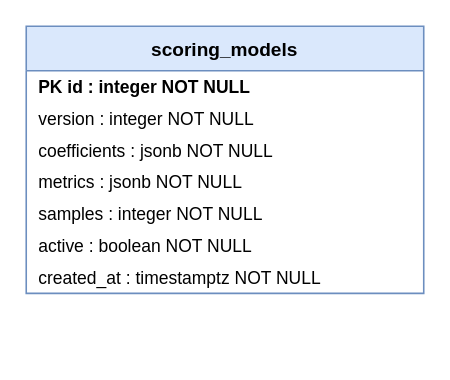
Before: page "Скоринг" (13 of 14) of docs/diagrams/er.drawio in vladmeshkov/js-course-work, a draw.io diagram. Source tidied: cells renumbered, new cells numbered last; positions are measured from the earlier drawing's top-left corner, leaving out a move shared by most shapes. Both pictures are drawn from the tidied source at 159%, with x=0, y=0 at pixel (25, 25).
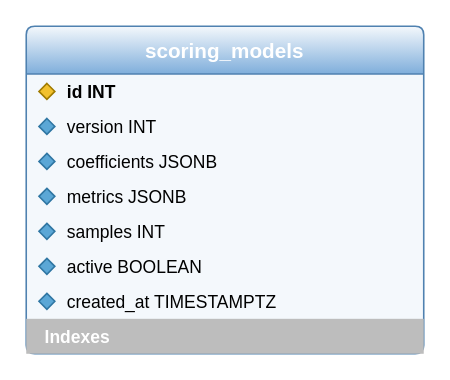
The same page after the edit.

The edit, as a diff of the source:
```diff
@@
 <mxGraphModel>
   <root>
     <mxCell id="0" />
     <mxCell id="1" parent="0" />
-    <mxCell id="2" value="scoring_models" style="swimlane;fontStyle=1;horizontal=1;startSize=28;fillColor=#dae8fc;strokeColor=#6c8ebf;fontColor=#000000;" parent="1" vertex="1">
-      <mxGeometry width="250" height="168" as="geometry" />
+    <mxCell id="2" value="scoring_models" style="swimlane;fontStyle=1;fontSize=13;horizontal=1;startSize=30;rounded=1;arcSize=6;fillColor=#F4F8FC;swimlaneFillColor=#F4F8FC;gradientColor=#7FAEDB;strokeColor=#4F81B0;fontColor=#FFFFFF;align=center;" parent="1" vertex="1">
+      <mxGeometry width="250" height="206" as="geometry" />
     </mxCell>
-    <mxCell id="3" value="PK id : integer NOT NULL" style="text;strokeColor=none;fillColor=none;align=left;verticalAlign=middle;spacingLeft=6;overflow=hidden;whiteSpace=nowrap;fontSize=11;fontStyle=1;" parent="2" vertex="1">
-      <mxGeometry y="28" width="250" height="20" as="geometry" />
+    <mxCell id="3" style="rhombus;fillColor=#F2C12E;strokeColor=#A07B00;" parent="2" vertex="1">
+      <mxGeometry x="8" y="36" width="10" height="10" as="geometry" />
     </mxCell>
-    <mxCell id="4" value="   version : integer NOT NULL" style="text;strokeColor=none;fillColor=none;align=left;verticalAlign=middle;spacingLeft=6;overflow=hidden;whiteSpace=nowrap;fontSize=11;" parent="2" vertex="1">
-      <mxGeometry y="48" width="250" height="20" as="geometry" />
+    <mxCell id="4" value="id INT" style="text;strokeColor=none;fillColor=none;align=left;verticalAlign=middle;spacingLeft=24;overflow=hidden;whiteSpace=nowrap;fontSize=11;fontStyle=1;" parent="2" vertex="1">
+      <mxGeometry y="30" width="250" height="22" as="geometry" />
     </mxCell>
-    <mxCell id="5" value="   coefficients : jsonb NOT NULL" style="text;strokeColor=none;fillColor=none;align=left;verticalAlign=middle;spacingLeft=6;overflow=hidden;whiteSpace=nowrap;fontSize=11;" parent="2" vertex="1">
-      <mxGeometry y="68" width="250" height="20" as="geometry" />
+    <mxCell id="5" style="rhombus;fillColor=#5BA7D6;strokeColor=#2F76A3;" parent="2" vertex="1">
+      <mxGeometry x="8" y="58" width="10" height="10" as="geometry" />
     </mxCell>
-    <mxCell id="6" value="   metrics : jsonb NOT NULL" style="text;strokeColor=none;fillColor=none;align=left;verticalAlign=middle;spacingLeft=6;overflow=hidden;whiteSpace=nowrap;fontSize=11;" parent="2" vertex="1">
-      <mxGeometry y="88" width="250" height="20" as="geometry" />
+    <mxCell id="6" value="version INT" style="text;strokeColor=none;fillColor=none;align=left;verticalAlign=middle;spacingLeft=24;overflow=hidden;whiteSpace=nowrap;fontSize=11;" parent="2" vertex="1">
+      <mxGeometry y="52" width="250" height="22" as="geometry" />
     </mxCell>
-    <mxCell id="7" value="   samples : integer NOT NULL" style="text;strokeColor=none;fillColor=none;align=left;verticalAlign=middle;spacingLeft=6;overflow=hidden;whiteSpace=nowrap;fontSize=11;" parent="2" vertex="1">
-      <mxGeometry y="108" width="250" height="20" as="geometry" />
+    <mxCell id="7" style="rhombus;fillColor=#5BA7D6;strokeColor=#2F76A3;" parent="2" vertex="1">
+      <mxGeometry x="8" y="80" width="10" height="10" as="geometry" />
     </mxCell>
-    <mxCell id="8" value="   active : boolean NOT NULL" style="text;strokeColor=none;fillColor=none;align=left;verticalAlign=middle;spacingLeft=6;overflow=hidden;whiteSpace=nowrap;fontSize=11;" parent="2" vertex="1">
-      <mxGeometry y="128" width="250" height="20" as="geometry" />
+    <mxCell id="8" value="coefficients JSONB" style="text;strokeColor=none;fillColor=none;align=left;verticalAlign=middle;spacingLeft=24;overflow=hidden;whiteSpace=nowrap;fontSize=11;" parent="2" vertex="1">
+      <mxGeometry y="74" width="250" height="22" as="geometry" />
     </mxCell>
-    <mxCell id="9" value="   created_at : timestamptz NOT NULL" style="text;strokeColor=none;fillColor=none;align=left;verticalAlign=middle;spacingLeft=6;overflow=hidden;whiteSpace=nowrap;fontSize=11;" parent="2" vertex="1">
-      <mxGeometry y="148" width="250" height="20" as="geometry" />
+    <mxCell id="9" style="rhombus;fillColor=#5BA7D6;strokeColor=#2F76A3;" parent="2" vertex="1">
+      <mxGeometry x="8" y="102" width="10" height="10" as="geometry" />
     </mxCell>
+    <mxCell id="10" value="metrics JSONB" style="text;strokeColor=none;fillColor=none;align=left;verticalAlign=middle;spacingLeft=24;overflow=hidden;whiteSpace=nowrap;fontSize=11;" parent="2" vertex="1">
+      <mxGeometry y="96" width="250" height="22" as="geometry" />
+    </mxCell>
+    <mxCell id="11" style="rhombus;fillColor=#5BA7D6;strokeColor=#2F76A3;" parent="2" vertex="1">
+      <mxGeometry x="8" y="124" width="10" height="10" as="geometry" />
+    </mxCell>
+    <mxCell id="12" value="samples INT" style="text;strokeColor=none;fillColor=none;align=left;verticalAlign=middle;spacingLeft=24;overflow=hidden;whiteSpace=nowrap;fontSize=11;" parent="2" vertex="1">
+      <mxGeometry y="118" width="250" height="22" as="geometry" />
+    </mxCell>
+    <mxCell id="13" style="rhombus;fillColor=#5BA7D6;strokeColor=#2F76A3;" parent="2" vertex="1">
+      <mxGeometry x="8" y="146" width="10" height="10" as="geometry" />
+    </mxCell>
+    <mxCell id="14" value="active BOOLEAN" style="text;strokeColor=none;fillColor=none;align=left;verticalAlign=middle;spacingLeft=24;overflow=hidden;whiteSpace=nowrap;fontSize=11;" parent="2" vertex="1">
+      <mxGeometry y="140" width="250" height="22" as="geometry" />
+    </mxCell>
+    <mxCell id="15" style="rhombus;fillColor=#5BA7D6;strokeColor=#2F76A3;" parent="2" vertex="1">
+      <mxGeometry x="8" y="168" width="10" height="10" as="geometry" />
+    </mxCell>
+    <mxCell id="16" value="created_at TIMESTAMPTZ" style="text;strokeColor=none;fillColor=none;align=left;verticalAlign=middle;spacingLeft=24;overflow=hidden;whiteSpace=nowrap;fontSize=11;" parent="2" vertex="1">
+      <mxGeometry y="162" width="250" height="22" as="geometry" />
+    </mxCell>
+    <mxCell id="17" value="Indexes" style="text;strokeColor=none;fillColor=#BDBDBD;fontColor=#FFFFFF;fontStyle=1;fontSize=11;align=left;verticalAlign=middle;spacingLeft=10;" parent="2" vertex="1">
+      <mxGeometry y="184" width="250" height="22" as="geometry" />
+    </mxCell>
   </root>
 </mxGraphModel>
```
